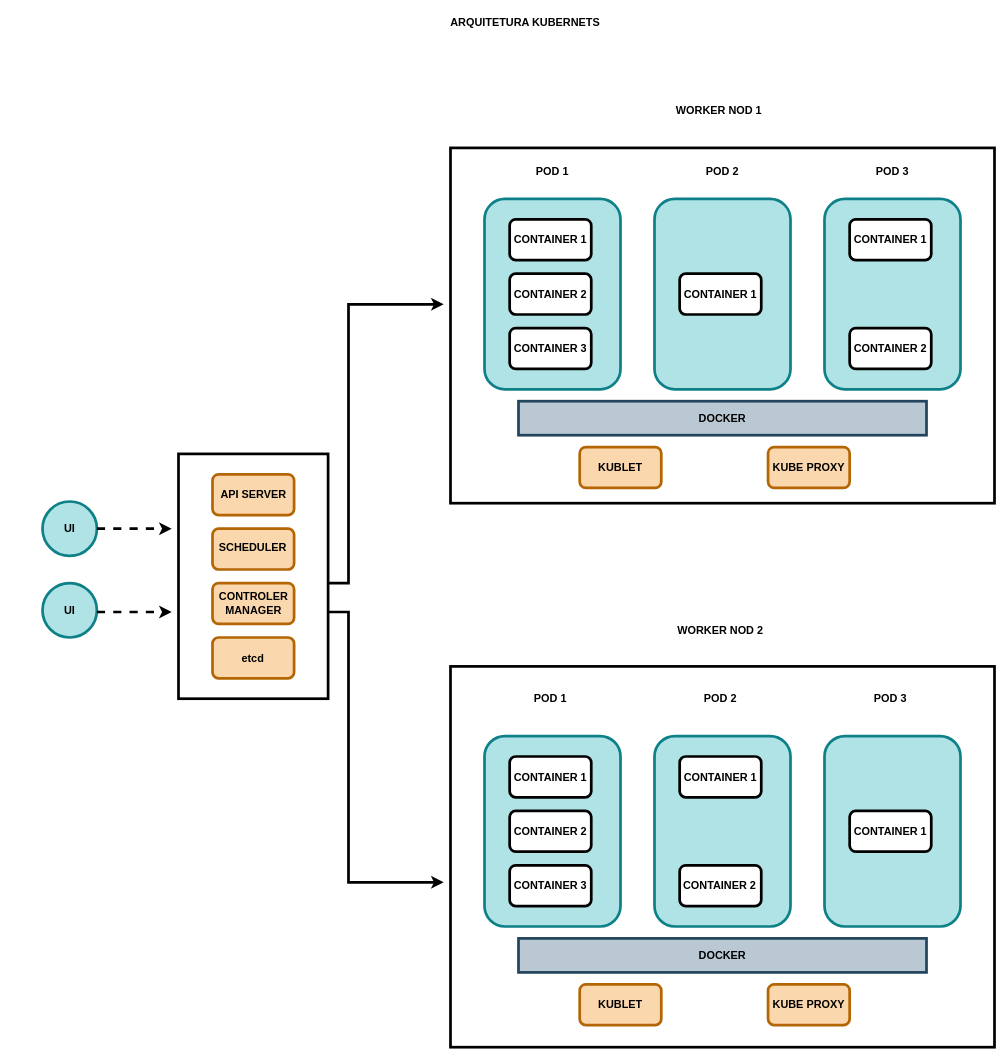
Earlier version of the draw.io diagram CCNP 350-401 ENCOR/02 - Virtualization/07 - Contêners, Docker e Kubernetes/Imagens/arquitetura_kubernets.drawio (alcancil/Cisco). Source tidied: cells renumbered, new cells numbered last; positions are measured from the earlier drawing's top-left corner, leaving out a move shared by most shapes. Both pictures are drawn from the tidied source at 68%, with x=0, y=0 at pixel (42, 12).
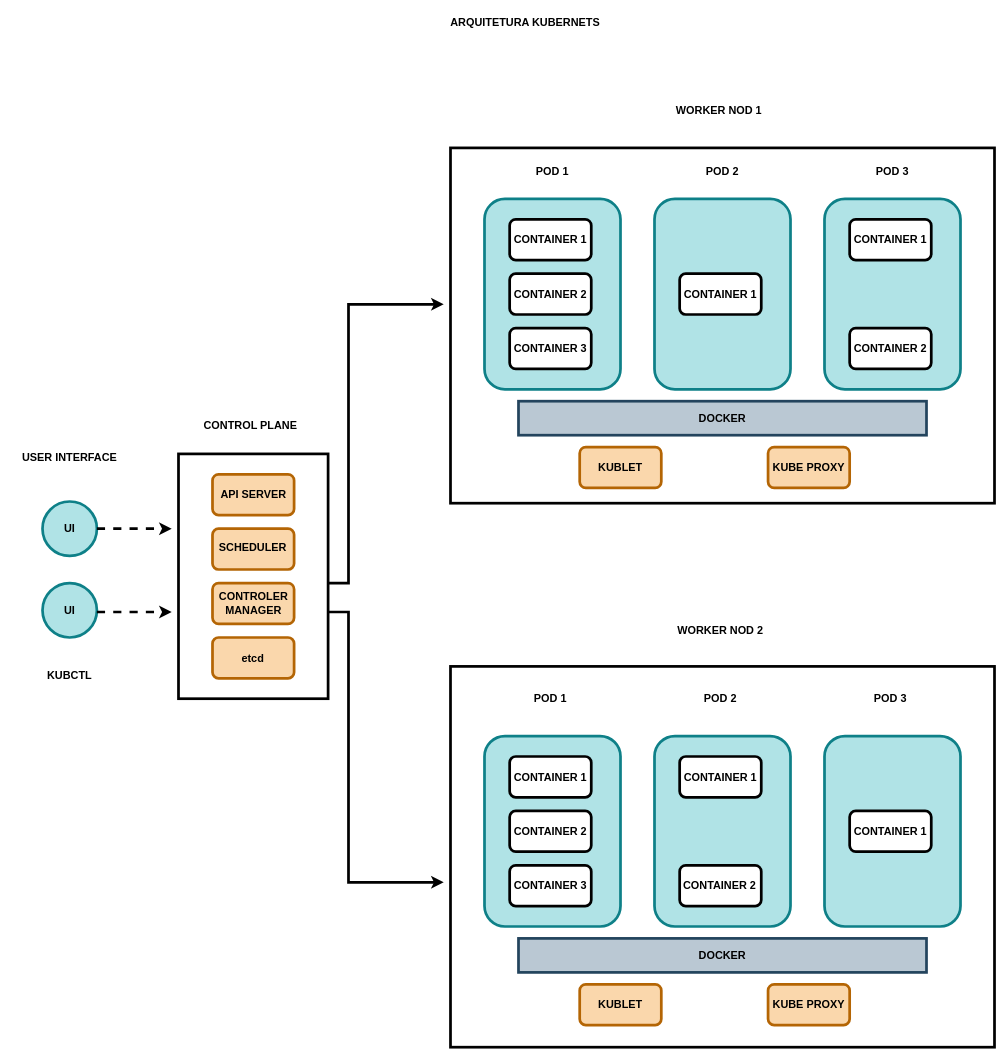
The same diagram, later.

Commit message (it also covers changes not shown here):
Alterado o arquivo readme.md

Change to the diagram source:
```diff
@@
+    <mxCell id="72" value="CONTROL PLANE" style="text;html=1;strokeColor=none;fillColor=none;align=center;verticalAlign=middle;whiteSpace=wrap;rounded=0;fontSize=16;fontStyle=1;" parent="1" vertex="1">
+      <mxGeometry x="220.5" y="592.5" width="170" height="30" as="geometry" />
+    </mxCell>
+    <mxCell id="73" value="USER INTERFACE" style="text;html=1;strokeColor=none;fillColor=none;align=center;verticalAlign=middle;whiteSpace=wrap;rounded=0;fontSize=16;fontStyle=1;" parent="1" vertex="1">
+      <mxGeometry x="-45" y="640" width="170" height="30" as="geometry" />
+    </mxCell>
+    <mxCell id="74" value="KUBCTL" style="text;html=1;strokeColor=none;fillColor=none;align=center;verticalAlign=middle;whiteSpace=wrap;rounded=0;fontSize=16;fontStyle=1;" parent="1" vertex="1">
+      <mxGeometry x="-45" y="960" width="170" height="30" as="geometry" />
+    </mxCell>
```
